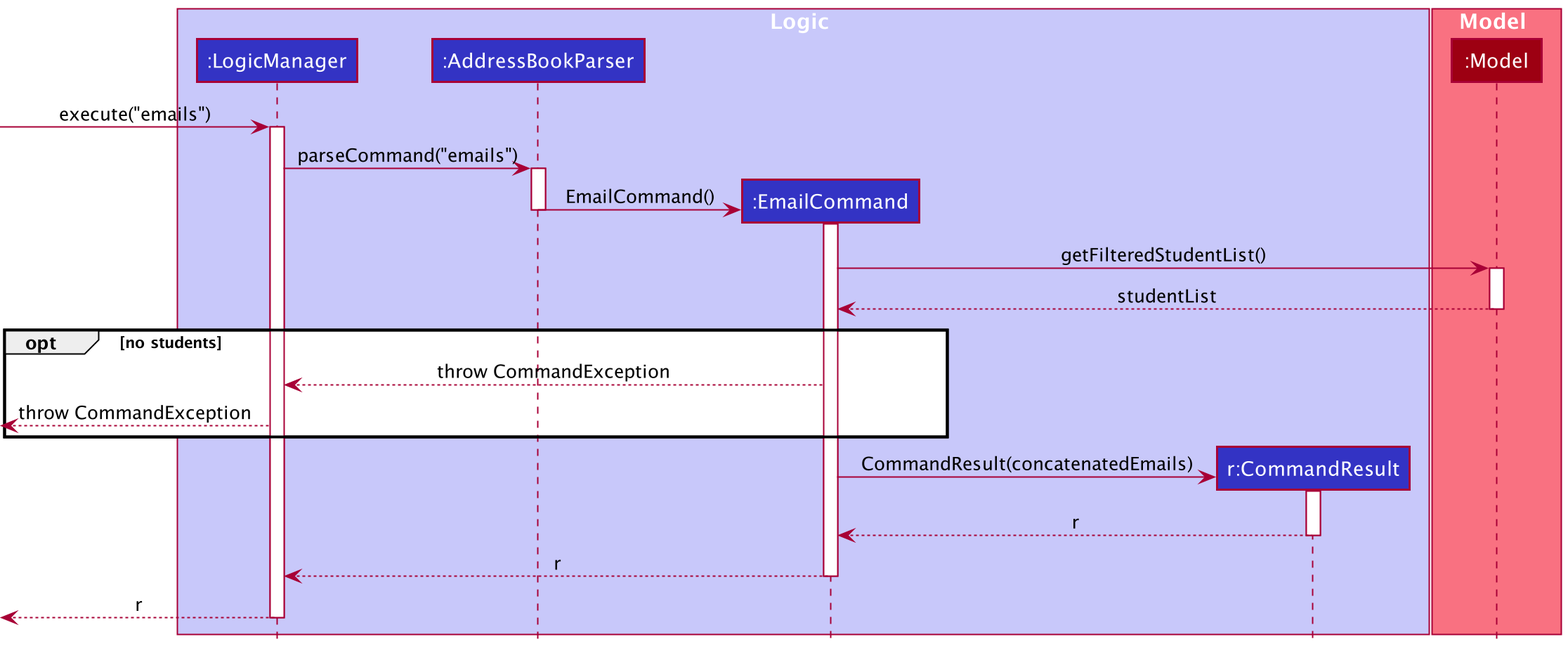
Above: docs/images/sam/EmailCommandSequenceDiagram.png in nus-cs2103-AY2021S2/tp (PlantUML), before the change.
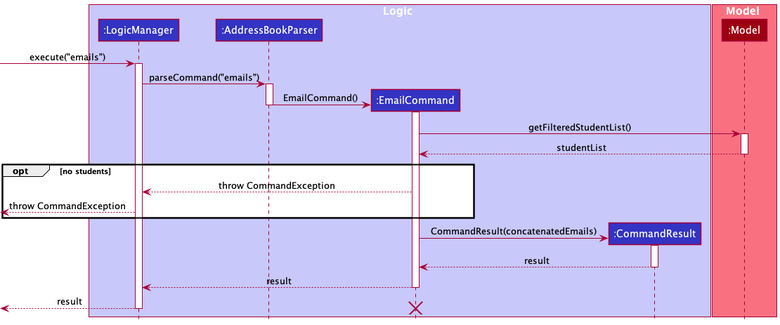
After the change.

Commit message:
Minor update on email command seq. diagram

Diff of the diagram source:
```diff
@@ -5,7 +5,7 @@
 participant ":LogicManager" as LogicManager LOGIC_COLOR
 participant ":AddressBookParser" as AddressBookParser LOGIC_COLOR
 participant ":EmailCommand" as EmailCommand LOGIC_COLOR
-participant "r:CommandResult" as CommandResult LOGIC_COLOR
+participant ":CommandResult" as CommandResult LOGIC_COLOR
 end box
 
 box Model MODEL_COLOR_T1
@@ -39,12 +39,13 @@
 EmailCommand -> CommandResult : CommandResult(concatenatedEmails)
 activate CommandResult
 
-CommandResult --> EmailCommand : r
+CommandResult --> EmailCommand : result
 deactivate CommandResult
 
-EmailCommand --> LogicManager : r
+EmailCommand --> LogicManager : result
 deactivate EmailCommand
 
-[<--LogicManager : r
+[<--LogicManager : result
+destroy EmailCommand
 deactivate LogicManager
 @enduml
```
